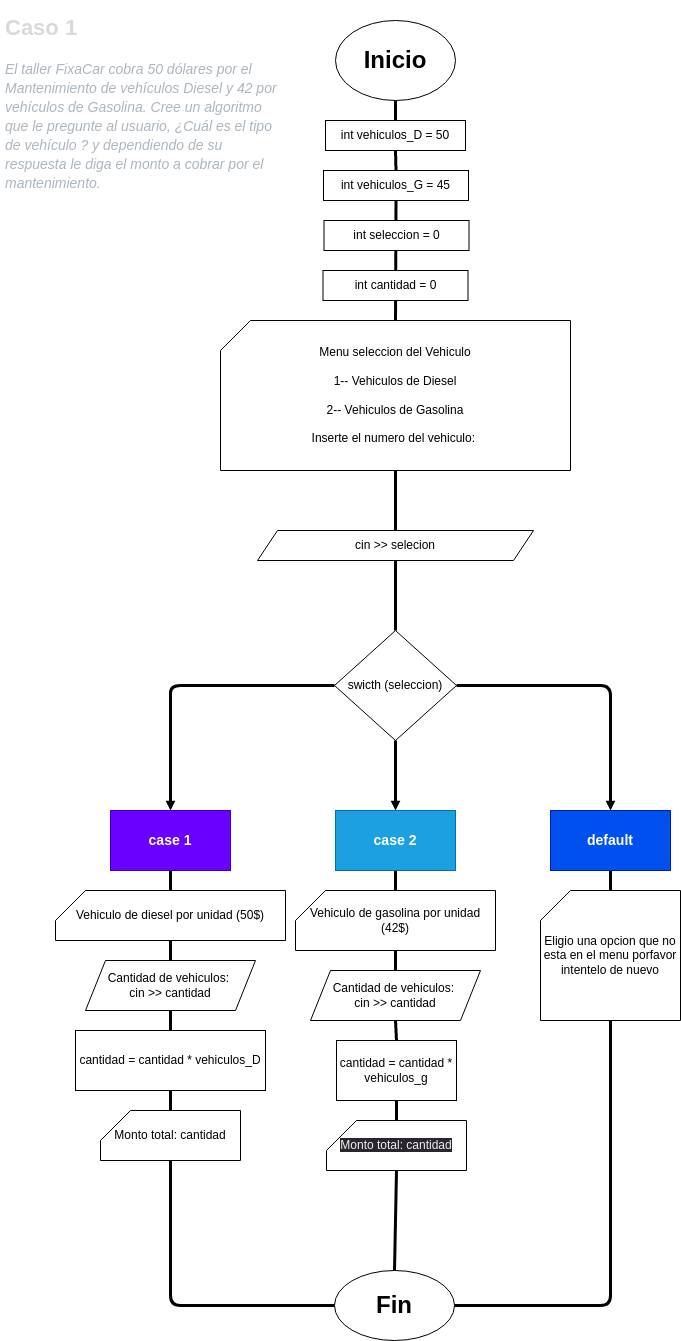
This is caso1/diagrama_de_flujo.drawio.png from raquelvalentina/cuatrimestre1proyectofinal, a draw.io export, as it was before one commit. Source tidied: cells renumbered, new cells last; positions are measured from the earlier drawing's top-left corner, leaving out a move shared by most shapes.
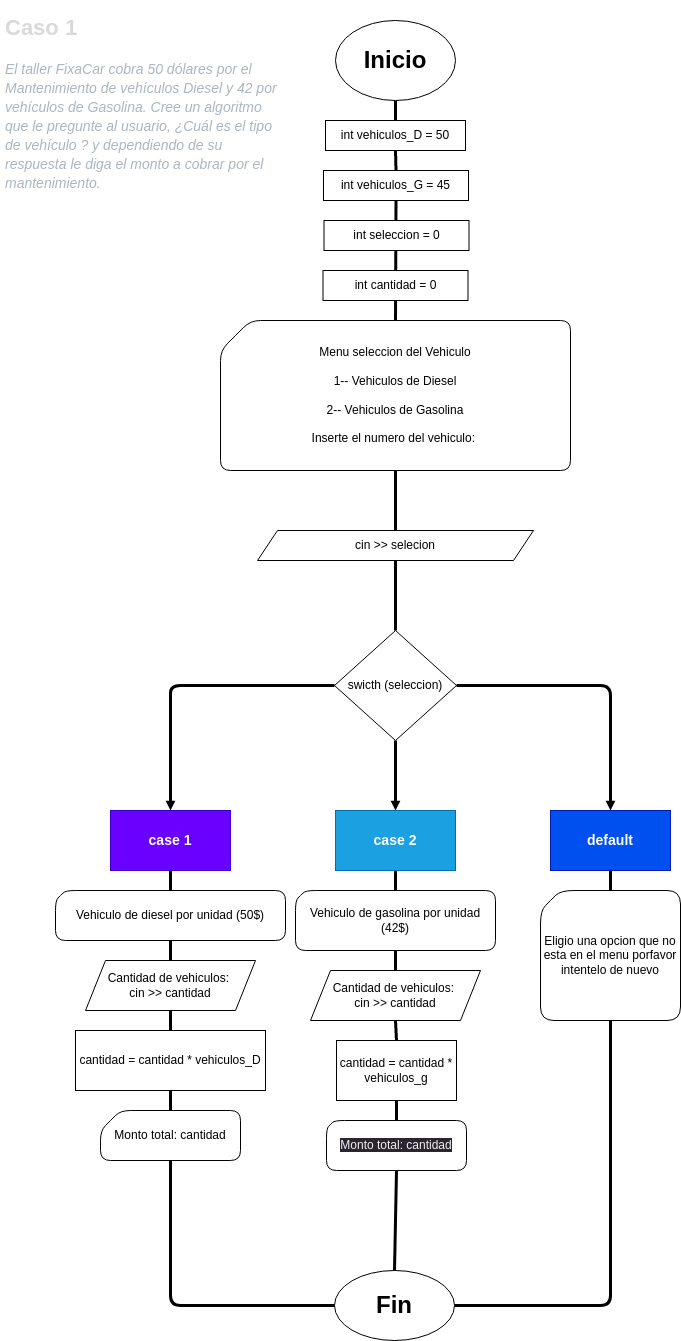
Later version of the same file.

The edit, as a diff of the source:
```diff
@@ -26,7 +26,7 @@
     <mxCell id="9" style="edgeStyle=none;html=1;exitX=0.5;exitY=1;exitDx=0;exitDy=0;exitPerimeter=0;entryX=0.5;entryY=0;entryDx=0;entryDy=0;strokeWidth=3;endArrow=none;endFill=0;" parent="1" edge="1" source="10" target="12">
       <mxGeometry relative="1" as="geometry" />
     </mxCell>
-    <mxCell id="10" value="&lt;p style=&quot;line-height: 140%;&quot;&gt;Menu seleccion del Vehiculo&lt;/p&gt;&lt;p style=&quot;line-height: 140%;&quot;&gt;1-- Vehiculos de Diesel&lt;/p&gt;&lt;p style=&quot;line-height: 140%;&quot;&gt;2-- Vehiculos de Gasolina&lt;/p&gt;&lt;p style=&quot;line-height: 140%;&quot;&gt;Inserte el numero del vehiculo:&amp;nbsp;&lt;/p&gt;" style="shape=card;whiteSpace=wrap;html=1;align=center;" parent="1" vertex="1">
+    <mxCell id="10" value="&lt;p style=&quot;line-height: 140%;&quot;&gt;Menu seleccion del Vehiculo&lt;/p&gt;&lt;p style=&quot;line-height: 140%;&quot;&gt;1-- Vehiculos de Diesel&lt;/p&gt;&lt;p style=&quot;line-height: 140%;&quot;&gt;2-- Vehiculos de Gasolina&lt;/p&gt;&lt;p style=&quot;line-height: 140%;&quot;&gt;Inserte el numero del vehiculo:&amp;nbsp;&lt;/p&gt;" style="shape=card;whiteSpace=wrap;html=1;align=center;rounded=1;" parent="1" vertex="1">
       <mxGeometry x="220" y="310" width="350" height="150" as="geometry" />
     </mxCell>
     <mxCell id="11" style="edgeStyle=orthogonalEdgeStyle;html=1;exitX=0.5;exitY=1;exitDx=0;exitDy=0;entryX=0.5;entryY=0;entryDx=0;entryDy=0;startArrow=none;startFill=0;endArrow=none;endFill=0;strokeWidth=3;" parent="1" edge="1" source="12" target="16">
@@ -77,13 +77,13 @@
     <mxCell id="23" style="edgeStyle=none;html=1;exitX=0.5;exitY=1;exitDx=0;exitDy=0;exitPerimeter=0;entryX=0.5;entryY=0;entryDx=0;entryDy=0;strokeWidth=3;endArrow=none;endFill=0;" parent="1" edge="1" source="24" target="30">
       <mxGeometry relative="1" as="geometry" />
     </mxCell>
-    <mxCell id="24" value="Vehiculo de diesel por unidad (50$)" style="shape=card;whiteSpace=wrap;html=1;" parent="1" vertex="1">
+    <mxCell id="24" value="Vehiculo de diesel por unidad (50$)" style="shape=card;whiteSpace=wrap;html=1;rounded=1;size=10;" parent="1" vertex="1">
       <mxGeometry x="55" y="880" width="230" height="50" as="geometry" />
     </mxCell>
     <mxCell id="25" style="edgeStyle=none;html=1;exitX=0.5;exitY=1;exitDx=0;exitDy=0;exitPerimeter=0;entryX=0.5;entryY=0;entryDx=0;entryDy=0;endArrow=none;endFill=0;strokeWidth=3;" parent="1" edge="1" source="26" target="32">
       <mxGeometry relative="1" as="geometry" />
     </mxCell>
-    <mxCell id="26" value="Vehiculo de gasolina por unidad (42$)" style="shape=card;whiteSpace=wrap;html=1;" parent="1" vertex="1">
+    <mxCell id="26" value="Vehiculo de gasolina por unidad (42$)" style="shape=card;whiteSpace=wrap;html=1;rounded=1;size=10;" parent="1" vertex="1">
       <mxGeometry x="295" y="880" width="200" height="60" as="geometry" />
     </mxCell>
     <mxCell id="27" style="edgeStyle=none;html=1;exitX=0.5;exitY=1;exitDx=0;exitDy=0;exitPerimeter=0;entryX=1;entryY=0.5;entryDx=0;entryDy=0;strokeWidth=3;endArrow=none;endFill=0;" parent="1" edge="1" source="28" target="4">
@@ -93,7 +93,7 @@
         </Array>
       </mxGeometry>
     </mxCell>
-    <mxCell id="28" value="Eligio una opcion que no esta en el menu porfavor intentelo de nuevo" style="shape=card;whiteSpace=wrap;html=1;" parent="1" vertex="1">
+    <mxCell id="28" value="Eligio una opcion que no esta en el menu porfavor intentelo de nuevo" style="shape=card;whiteSpace=wrap;html=1;rounded=1;arcSize=27;size=20;" parent="1" vertex="1">
       <mxGeometry x="540" y="880" width="140" height="130" as="geometry" />
     </mxCell>
     <mxCell id="29" style="edgeStyle=none;html=1;exitX=0.5;exitY=1;exitDx=0;exitDy=0;entryX=0.5;entryY=0;entryDx=0;entryDy=0;strokeWidth=3;endArrow=none;endFill=0;" parent="1" edge="1" source="30" target="34">
@@ -127,13 +127,13 @@
         </Array>
       </mxGeometry>
     </mxCell>
-    <mxCell id="38" value="Monto total: cantidad" style="shape=card;whiteSpace=wrap;html=1;" parent="1" vertex="1">
+    <mxCell id="38" value="Monto total: cantidad" style="shape=card;whiteSpace=wrap;html=1;rounded=1;size=20;" parent="1" vertex="1">
       <mxGeometry x="100" y="1100" width="140" height="50" as="geometry" />
     </mxCell>
     <mxCell id="39" style="edgeStyle=none;html=1;exitX=0.5;exitY=1;exitDx=0;exitDy=0;exitPerimeter=0;entryX=0.5;entryY=0;entryDx=0;entryDy=0;strokeWidth=3;endArrow=none;endFill=0;" parent="1" edge="1" source="40" target="4">
       <mxGeometry relative="1" as="geometry" />
     </mxCell>
-    <mxCell id="40" value="&lt;span style=&quot;color: rgb(240, 240, 240); font-family: Helvetica; font-size: 12px; font-style: normal; font-variant-ligatures: normal; font-variant-caps: normal; font-weight: 400; letter-spacing: normal; orphans: 2; text-align: center; text-indent: 0px; text-transform: none; widows: 2; word-spacing: 0px; -webkit-text-stroke-width: 0px; background-color: rgb(42, 37, 47); text-decoration-thickness: initial; text-decoration-style: initial; text-decoration-color: initial; float: none; display: inline !important;&quot;&gt;Monto total: cantidad&lt;/span&gt;" style="shape=card;whiteSpace=wrap;html=1;" parent="1" vertex="1">
+    <mxCell id="40" value="&lt;span style=&quot;color: rgb(240, 240, 240); font-family: Helvetica; font-size: 12px; font-style: normal; font-variant-ligatures: normal; font-variant-caps: normal; font-weight: 400; letter-spacing: normal; orphans: 2; text-align: center; text-indent: 0px; text-transform: none; widows: 2; word-spacing: 0px; -webkit-text-stroke-width: 0px; background-color: rgb(42, 37, 47); text-decoration-thickness: initial; text-decoration-style: initial; text-decoration-color: initial; float: none; display: inline !important;&quot;&gt;Monto total: cantidad&lt;/span&gt;" style="shape=card;whiteSpace=wrap;html=1;rounded=1;size=8;" parent="1" vertex="1">
       <mxGeometry x="326" y="1110" width="140" height="50" as="geometry" />
     </mxCell>
     <mxCell id="41" value="int seleccion = 0" style="rounded=0;whiteSpace=wrap;html=1;" parent="1" vertex="1">
```
